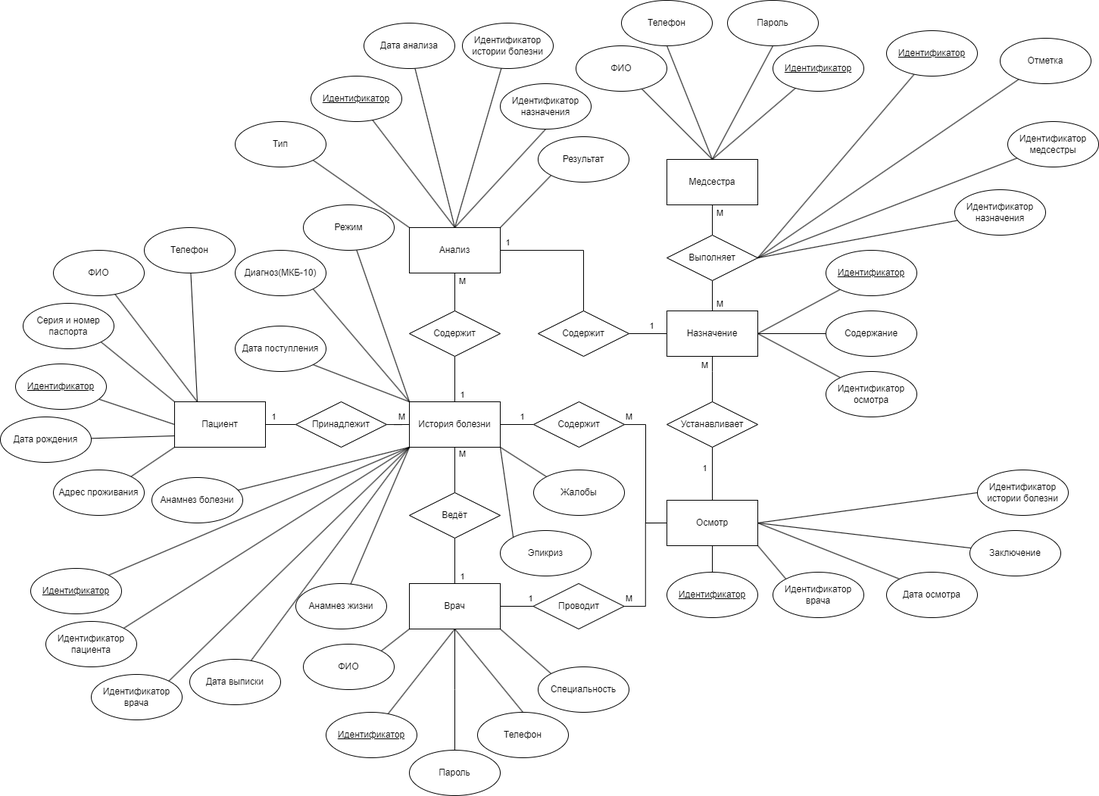
The draw.io diagram bd/kursovaya/ER.png in Mutabona/5Semestr, before a commit. Source tidied: cells renumbered, new cells last; positions are measured from the earlier drawing's top-left corner, leaving out a move shared by most shapes.
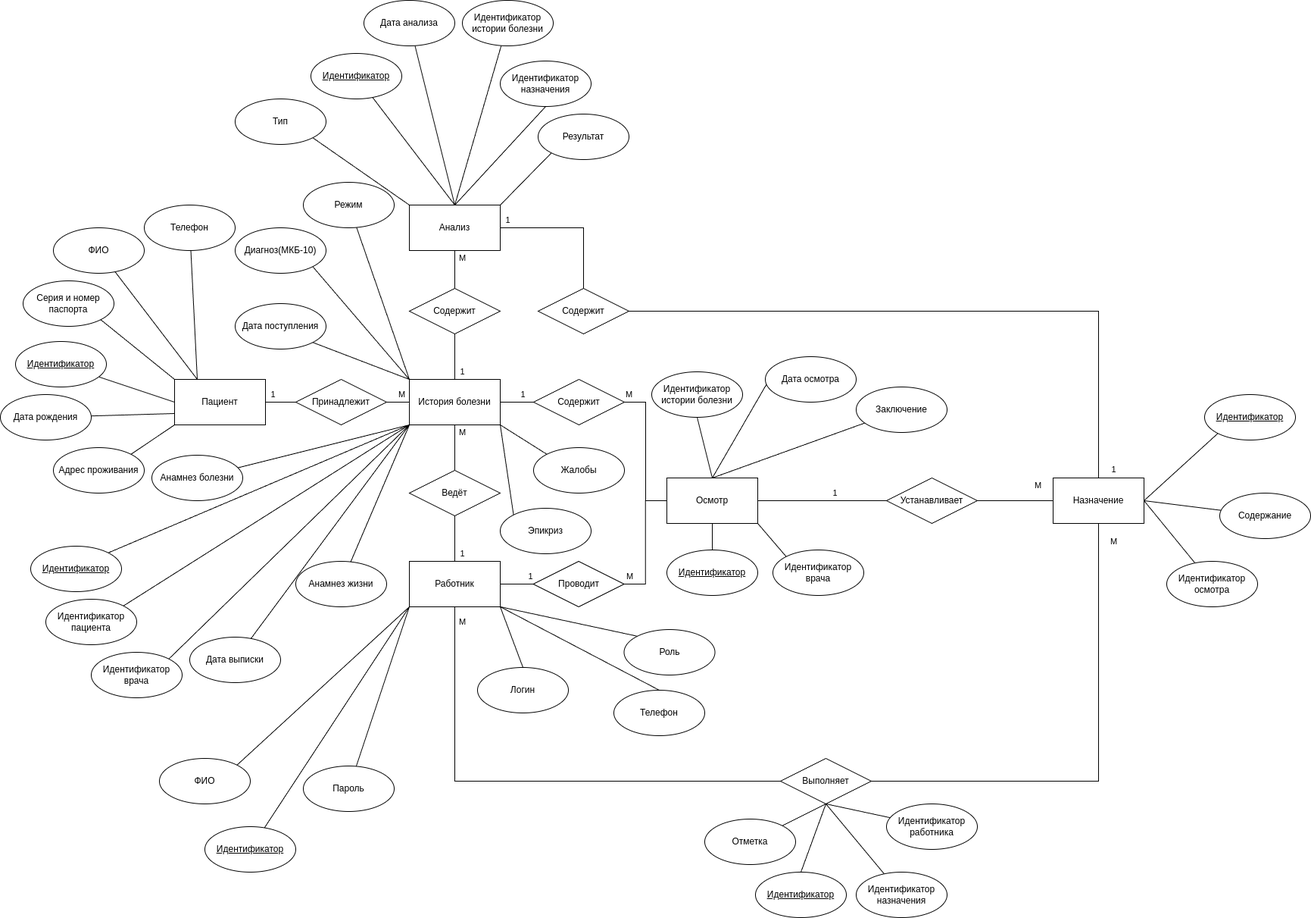
The same diagram one commit later.

Change to the diagram source:
```diff
@@ -16,3 +16,3 @@
     </mxCell>
-    <mxCell id="6" value="1" style="edgeStyle=orthogonalEdgeStyle;rounded=0;jettySize=auto;html=1;entryX=0.5;entryY=1;entryDx=0;entryDy=0;endArrow=none;endFill=0;" parent="1" edge="1" source="7" target="28">
+    <mxCell id="6" value="1" style="edgeStyle=orthogonalEdgeStyle;rounded=0;jettySize=auto;html=1;entryX=0;entryY=0.5;entryDx=0;entryDy=0;endArrow=none;endFill=0;" parent="1" edge="1" source="7" target="28">
       <mxGeometry x="0.2" y="10" relative="1" as="geometry" />
@@ -22,7 +22,4 @@
     </mxCell>
-    <mxCell id="8" value="1" style="edgeStyle=orthogonalEdgeStyle;rounded=0;jettySize=auto;html=1;entryX=1;entryY=0.5;entryDx=0;entryDy=0;endArrow=none;endFill=0;" parent="1" edge="1" source="9" target="32">
-      <mxGeometry x="-0.2" y="-10" relative="1" as="geometry" />
-    </mxCell>
     <mxCell id="9" value="Назначение" style="rounded=0;whiteSpace=wrap;html=1;" parent="1" vertex="1">
-      <mxGeometry x="880" y="410" width="120" height="60" as="geometry" />
+      <mxGeometry x="1390" y="660" width="120" height="60" as="geometry" />
     </mxCell>
@@ -34,8 +31,5 @@
     </mxCell>
-    <mxCell id="12" value="М" style="edgeStyle=orthogonalEdgeStyle;rounded=0;jettySize=auto;html=1;entryX=0.5;entryY=0;entryDx=0;entryDy=0;endArrow=none;endFill=0;" parent="1" edge="1" source="13" target="22">
-      <mxGeometry x="-0.5" y="10" relative="1" as="geometry" />
+    <mxCell id="12" value="М" style="edgeStyle=orthogonalEdgeStyle;rounded=0;jettySize=auto;html=1;entryX=0;entryY=0.5;entryDx=0;entryDy=0;endArrow=none;endFill=0;exitX=0.5;exitY=1;exitDx=0;exitDy=0;" parent="1" edge="1" source="16" target="22">
+      <mxGeometry x="-0.94" y="10" relative="1" as="geometry" />
     </mxCell>
-    <mxCell id="13" value="Медсестра" style="rounded=0;whiteSpace=wrap;html=1;" parent="1" vertex="1">
-      <mxGeometry x="880" y="210" width="120" height="60" as="geometry" />
-    </mxCell>
     <mxCell id="14" value="1" style="edgeStyle=orthogonalEdgeStyle;rounded=0;jettySize=auto;html=1;entryX=0.5;entryY=1;entryDx=0;entryDy=0;endArrow=none;endFill=0;" parent="1" edge="1" source="16" target="18">
@@ -46,3 +40,3 @@
     </mxCell>
-    <mxCell id="16" value="Врач" style="rounded=0;whiteSpace=wrap;html=1;" parent="1" vertex="1">
+    <mxCell id="16" value="Работник" style="rounded=0;whiteSpace=wrap;html=1;" parent="1" vertex="1">
       <mxGeometry x="540" y="770" width="120" height="60" as="geometry" />
@@ -61,7 +55,10 @@
     </mxCell>
-    <mxCell id="21" value="М" style="edgeStyle=orthogonalEdgeStyle;rounded=0;jettySize=auto;html=1;entryX=0.5;entryY=0;entryDx=0;entryDy=0;endArrow=none;endFill=0;" parent="1" edge="1" source="22" target="9">
-      <mxGeometry x="0.5" y="10" relative="1" as="geometry" />
-    </mxCell>
+    <mxCell id="121" style="rounded=0;jettySize=auto;html=1;exitX=0.5;exitY=1;exitDx=0;exitDy=0;entryX=0.5;entryY=0;entryDx=0;entryDy=0;endArrow=none;endFill=0;" parent="1" edge="1" source="22" target="86">
+      <mxGeometry relative="1" as="geometry" />
+    </mxCell>
+    <mxCell id="27" value="М" style="edgeStyle=orthogonalEdgeStyle;rounded=0;jettySize=auto;html=1;entryX=0.5;entryY=1;entryDx=0;entryDy=0;endArrow=none;endFill=0;" parent="1" edge="1" source="22" target="9">
+      <mxGeometry x="0.93" y="-20" relative="1" as="geometry" />
+    </mxCell>
     <mxCell id="22" value="Выполняет" style="rhombus;whiteSpace=wrap;html=1;" parent="1" vertex="1">
-      <mxGeometry x="880" y="310" width="120" height="60" as="geometry" />
+      <mxGeometry x="1030" y="1030" width="120" height="60" as="geometry" />
     </mxCell>
@@ -79,12 +76,7 @@
     </mxCell>
-    <mxCell id="27" value="М" style="edgeStyle=orthogonalEdgeStyle;rounded=0;jettySize=auto;html=1;entryX=0.5;entryY=1;entryDx=0;entryDy=0;endArrow=none;endFill=0;" parent="1" edge="1" source="28" target="9">
-      <mxGeometry x="0.6" y="10" relative="1" as="geometry">
-        <Array as="points">
-          <mxPoint x="940" y="490" />
-          <mxPoint x="940" y="490" />
-        </Array>
-      </mxGeometry>
-    </mxCell>
+    <mxCell id="21" value="М" style="rounded=0;jettySize=auto;html=1;entryX=0;entryY=0.5;entryDx=0;entryDy=0;endArrow=none;endFill=0;" parent="1" edge="1" source="28" target="9">
+      <mxGeometry x="0.6" y="20" relative="1" as="geometry" />
+    </mxCell>
     <mxCell id="28" value="Устанавливает" style="rhombus;whiteSpace=wrap;html=1;" parent="1" vertex="1">
-      <mxGeometry x="880" y="530" width="120" height="60" as="geometry" />
+      <mxGeometry x="1170" y="660" width="120" height="60" as="geometry" />
     </mxCell>
@@ -103,2 +95,7 @@
     </mxCell>
+    <mxCell id="8" value="1" style="edgeStyle=orthogonalEdgeStyle;rounded=0;jettySize=auto;html=1;exitX=1;exitY=0.5;exitDx=0;exitDy=0;entryX=0.5;entryY=0;entryDx=0;entryDy=0;endArrow=none;endFill=0;" parent="1" edge="1" source="32" target="9">
+      <mxGeometry x="0.98" y="20" relative="1" as="geometry">
+        <mxPoint y="-1" as="offset" />
+      </mxGeometry>
+    </mxCell>
     <mxCell id="32" value="Содержит" style="rhombus;whiteSpace=wrap;html=1;" parent="1" vertex="1">
@@ -112,3 +109,3 @@
     </mxCell>
-    <mxCell id="35" style="rounded=0;jettySize=auto;html=1;entryX=0.5;entryY=1;entryDx=0;entryDy=0;endArrow=none;endFill=0;" parent="1" edge="1" source="36" target="16">
+    <mxCell id="35" style="rounded=0;jettySize=auto;html=1;entryX=0;entryY=1;entryDx=0;entryDy=0;endArrow=none;endFill=0;" parent="1" edge="1" source="36" target="16">
       <mxGeometry relative="1" as="geometry" />
@@ -116,3 +113,3 @@
     <mxCell id="36" value="&lt;u&gt;Идентификатор&lt;/u&gt;" style="ellipse;whiteSpace=wrap;html=1;" parent="1" vertex="1">
-      <mxGeometry x="430" y="940" width="120" height="60" as="geometry" />
+      <mxGeometry x="270" y="1120" width="120" height="60" as="geometry" />
     </mxCell>
@@ -124,3 +121,3 @@
     </mxCell>
-    <mxCell id="39" style="rounded=0;jettySize=auto;html=1;entryX=1;entryY=0.5;entryDx=0;entryDy=0;endArrow=none;endFill=0;" parent="1" edge="1" source="40" target="9">
+    <mxCell id="39" style="rounded=0;jettySize=auto;html=1;entryX=1;entryY=0.5;entryDx=0;entryDy=0;endArrow=none;endFill=0;exitX=0;exitY=1;exitDx=0;exitDy=0;" parent="1" edge="1" source="40" target="9">
       <mxGeometry relative="1" as="geometry" />
@@ -128,10 +125,4 @@
     <mxCell id="40" value="&lt;u&gt;Идентификатор&lt;/u&gt;" style="ellipse;whiteSpace=wrap;html=1;" parent="1" vertex="1">
-      <mxGeometry x="1090" y="330" width="120" height="60" as="geometry" />
+      <mxGeometry x="1590" y="550" width="120" height="60" as="geometry" />
     </mxCell>
-    <mxCell id="41" style="rounded=0;jettySize=auto;html=1;entryX=0.5;entryY=0;entryDx=0;entryDy=0;endArrow=none;endFill=0;" parent="1" edge="1" source="42" target="13">
-      <mxGeometry relative="1" as="geometry" />
-    </mxCell>
-    <mxCell id="42" value="&lt;u&gt;Идентификатор&lt;/u&gt;" style="ellipse;whiteSpace=wrap;html=1;" parent="1" vertex="1">
-      <mxGeometry x="1020" y="60" width="120" height="60" as="geometry" />
-    </mxCell>
     <mxCell id="43" style="rounded=0;jettySize=auto;html=1;entryX=0.5;entryY=0;entryDx=0;entryDy=0;endArrow=none;endFill=0;" parent="1" edge="1" source="44" target="11">
@@ -212,3 +203,3 @@
     <mxCell id="66" value="ФИО" style="ellipse;whiteSpace=wrap;html=1;" parent="1" vertex="1">
-      <mxGeometry x="400" y="850" width="120" height="60" as="geometry" />
+      <mxGeometry x="210" y="1030" width="120" height="60" as="geometry" />
     </mxCell>
@@ -217,6 +208,6 @@
     </mxCell>
-    <mxCell id="68" value="Специальность" style="ellipse;whiteSpace=wrap;html=1;" parent="1" vertex="1">
-      <mxGeometry x="710" y="880" width="120" height="60" as="geometry" />
+    <mxCell id="68" value="Роль" style="ellipse;whiteSpace=wrap;html=1;" parent="1" vertex="1">
+      <mxGeometry x="823.5" y="860" width="120" height="60" as="geometry" />
     </mxCell>
-    <mxCell id="69" style="rounded=0;jettySize=auto;html=1;exitX=0.5;exitY=0;exitDx=0;exitDy=0;entryX=0.5;entryY=1;entryDx=0;entryDy=0;endArrow=none;endFill=0;" parent="1" edge="1" source="70" target="16">
+    <mxCell id="69" style="rounded=0;jettySize=auto;html=1;exitX=0.5;exitY=0;exitDx=0;exitDy=0;entryX=1;entryY=1;entryDx=0;entryDy=0;endArrow=none;endFill=0;" parent="1" edge="1" source="70" target="16">
       <mxGeometry relative="1" as="geometry" />
@@ -224,3 +215,3 @@
     <mxCell id="70" value="Телефон" style="ellipse;whiteSpace=wrap;html=1;" parent="1" vertex="1">
-      <mxGeometry x="630" y="940" width="120" height="60" as="geometry" />
+      <mxGeometry x="810" y="940" width="120" height="60" as="geometry" />
     </mxCell>
@@ -236,3 +227,3 @@
     <mxCell id="74" value="Содержание" style="ellipse;whiteSpace=wrap;html=1;" parent="1" vertex="1">
-      <mxGeometry x="1090" y="410" width="120" height="60" as="geometry" />
+      <mxGeometry x="1610" y="680" width="120" height="60" as="geometry" />
     </mxCell>
@@ -242,3 +233,3 @@
     <mxCell id="76" value="Идентификатор осмотра" style="ellipse;whiteSpace=wrap;html=1;" parent="1" vertex="1">
-      <mxGeometry x="1090" y="490" width="120" height="60" as="geometry" />
+      <mxGeometry x="1540" y="770" width="120" height="60" as="geometry" />
     </mxCell>
@@ -262,15 +253,6 @@
     </mxCell>
-    <mxCell id="83" style="rounded=0;jettySize=auto;html=1;entryX=0.5;entryY=0;entryDx=0;entryDy=0;endArrow=none;endFill=0;" parent="1" edge="1" source="84" target="13">
-      <mxGeometry relative="1" as="geometry" />
-    </mxCell>
-    <mxCell id="84" value="ФИО" style="ellipse;whiteSpace=wrap;html=1;" parent="1" vertex="1">
-      <mxGeometry x="760" y="60" width="120" height="60" as="geometry" />
-    </mxCell>
-    <mxCell id="85" style="rounded=0;jettySize=auto;html=1;entryX=1;entryY=0.5;entryDx=0;entryDy=0;endArrow=none;endFill=0;" parent="1" edge="1" source="86" target="22">
-      <mxGeometry relative="1" as="geometry" />
-    </mxCell>
     <mxCell id="86" value="&lt;u&gt;Идентификатор&lt;/u&gt;" style="ellipse;whiteSpace=wrap;html=1;" parent="1" vertex="1">
-      <mxGeometry x="1170" y="40" width="120" height="60" as="geometry" />
+      <mxGeometry x="997" y="1180" width="120" height="60" as="geometry" />
     </mxCell>
-    <mxCell id="87" style="rounded=0;jettySize=auto;html=1;entryX=1;entryY=0.5;entryDx=0;entryDy=0;endArrow=none;endFill=0;" parent="1" edge="1" source="88" target="22">
+    <mxCell id="87" style="rounded=0;jettySize=auto;html=1;entryX=0.5;entryY=1;entryDx=0;entryDy=0;endArrow=none;endFill=0;" parent="1" edge="1" source="88" target="22">
       <mxGeometry relative="1" as="geometry" />
@@ -278,5 +260,5 @@
     <mxCell id="88" value="Отметка" style="ellipse;whiteSpace=wrap;html=1;" parent="1" vertex="1">
-      <mxGeometry x="1320" y="50" width="120" height="60" as="geometry" />
+      <mxGeometry x="930" y="1110" width="120" height="60" as="geometry" />
     </mxCell>
-    <mxCell id="89" style="rounded=0;jettySize=auto;html=1;endArrow=none;endFill=0;entryX=1;entryY=0.5;entryDx=0;entryDy=0;" parent="1" edge="1" source="90" target="22">
+    <mxCell id="89" style="rounded=0;jettySize=auto;html=1;endArrow=none;endFill=0;entryX=0.5;entryY=1;entryDx=0;entryDy=0;" parent="1" edge="1" source="90" target="22">
       <mxGeometry relative="1" as="geometry" />
@@ -284,3 +266,3 @@
     <mxCell id="90" value="Идентификатор&lt;br&gt;назначения" style="ellipse;whiteSpace=wrap;html=1;" parent="1" vertex="1">
-      <mxGeometry x="1260" y="250" width="120" height="60" as="geometry" />
+      <mxGeometry x="1130" y="1180" width="120" height="60" as="geometry" />
     </mxCell>
@@ -292,3 +274,3 @@
     </mxCell>
-    <mxCell id="93" style="rounded=0;jettySize=auto;html=1;exitX=0;exitY=0;exitDx=0;exitDy=0;entryX=1;entryY=0.5;entryDx=0;entryDy=0;endArrow=none;endFill=0;" parent="1" edge="1" source="94" target="7">
+    <mxCell id="93" style="rounded=0;jettySize=auto;html=1;exitX=0;exitY=0;exitDx=0;exitDy=0;entryX=0.5;entryY=0;entryDx=0;entryDy=0;endArrow=none;endFill=0;" parent="1" edge="1" source="94" target="7">
       <mxGeometry relative="1" as="geometry" />
@@ -296,3 +278,3 @@
     <mxCell id="94" value="Дата осмотра" style="ellipse;whiteSpace=wrap;html=1;" parent="1" vertex="1">
-      <mxGeometry x="1170" y="755" width="120" height="60" as="geometry" />
+      <mxGeometry x="1010" y="500" width="120" height="60" as="geometry" />
     </mxCell>
@@ -304,11 +286,3 @@
     </mxCell>
-    <mxCell id="97" style="rounded=0;jettySize=auto;html=1;exitX=0.5;exitY=1;exitDx=0;exitDy=0;endArrow=none;endFill=0;" parent="1" edge="1" source="98">
-      <mxGeometry relative="1" as="geometry">
-        <mxPoint x="940" y="210" as="targetPoint" />
-      </mxGeometry>
-    </mxCell>
-    <mxCell id="98" value="Телефон" style="ellipse;whiteSpace=wrap;html=1;" parent="1" vertex="1">
-      <mxGeometry x="820" width="120" height="60" as="geometry" />
-    </mxCell>
-    <mxCell id="99" style="rounded=0;jettySize=auto;html=1;entryX=1;entryY=0.5;entryDx=0;entryDy=0;endArrow=none;endFill=0;" parent="1" edge="1" source="100" target="7">
+    <mxCell id="99" style="rounded=0;jettySize=auto;html=1;entryX=0.5;entryY=0;entryDx=0;entryDy=0;endArrow=none;endFill=0;" parent="1" edge="1" source="100" target="7">
       <mxGeometry relative="1" as="geometry" />
@@ -316,3 +290,3 @@
     <mxCell id="100" value="Заключение" style="ellipse;whiteSpace=wrap;html=1;" parent="1" vertex="1">
-      <mxGeometry x="1280" y="700" width="120" height="60" as="geometry" />
+      <mxGeometry x="1130" y="540" width="120" height="60" as="geometry" />
     </mxCell>
@@ -330,3 +304,3 @@
     </mxCell>
-    <mxCell id="105" style="rounded=0;jettySize=auto;html=1;exitX=0;exitY=0.5;exitDx=0;exitDy=0;entryX=1;entryY=0.5;entryDx=0;entryDy=0;endArrow=none;endFill=0;" parent="1" edge="1" source="106" target="7">
+    <mxCell id="105" style="rounded=0;jettySize=auto;html=1;exitX=0.5;exitY=1;exitDx=0;exitDy=0;entryX=0.5;entryY=0;entryDx=0;entryDy=0;endArrow=none;endFill=0;" parent="1" edge="1" source="106" target="7">
       <mxGeometry relative="1" as="geometry" />
@@ -334,9 +308,9 @@
     <mxCell id="106" value="Идентификатор истории болезни" style="ellipse;whiteSpace=wrap;html=1;" parent="1" vertex="1">
-      <mxGeometry x="1290" y="620" width="120" height="60" as="geometry" />
+      <mxGeometry x="860" y="520" width="120" height="60" as="geometry" />
     </mxCell>
-    <mxCell id="107" style="rounded=0;jettySize=auto;html=1;entryX=1;entryY=0.5;entryDx=0;entryDy=0;endArrow=none;endFill=0;" parent="1" edge="1" source="108" target="22">
+    <mxCell id="107" style="rounded=0;jettySize=auto;html=1;entryX=0.5;entryY=1;entryDx=0;entryDy=0;endArrow=none;endFill=0;" parent="1" edge="1" source="108" target="22">
       <mxGeometry relative="1" as="geometry" />
     </mxCell>
-    <mxCell id="108" value="Идентификатор медсестры" style="ellipse;whiteSpace=wrap;html=1;" parent="1" vertex="1">
-      <mxGeometry x="1330" y="160" width="120" height="60" as="geometry" />
+    <mxCell id="108" value="Идентификатор работника" style="ellipse;whiteSpace=wrap;html=1;" parent="1" vertex="1">
+      <mxGeometry x="1170" y="1090" width="120" height="60" as="geometry" />
     </mxCell>
@@ -364,18 +338,8 @@
     </mxCell>
-    <mxCell id="115" style="edgeStyle=orthogonalEdgeStyle;rounded=0;jettySize=auto;html=1;endArrow=none;endFill=0;" parent="1" edge="1" source="116">
-      <mxGeometry relative="1" as="geometry">
-        <mxPoint x="600" y="830" as="targetPoint" />
-      </mxGeometry>
+    <mxCell id="115" style="rounded=0;jettySize=auto;html=1;endArrow=none;endFill=0;entryX=0;entryY=1;entryDx=0;entryDy=0;" parent="1" edge="1" source="116" target="16">
+      <mxGeometry relative="1" as="geometry" />
     </mxCell>
     <mxCell id="116" value="Пароль" style="ellipse;whiteSpace=wrap;html=1;" parent="1" vertex="1">
-      <mxGeometry x="540" y="990" width="120" height="60" as="geometry" />
+      <mxGeometry x="400" y="1040" width="120" height="60" as="geometry" />
     </mxCell>
-    <mxCell id="117" style="rounded=0;jettySize=auto;html=1;exitX=0.5;exitY=1;exitDx=0;exitDy=0;endArrow=none;endFill=0;" parent="1" edge="1" source="118">
-      <mxGeometry relative="1" as="geometry">
-        <mxPoint x="940" y="210" as="targetPoint" />
-      </mxGeometry>
-    </mxCell>
-    <mxCell id="118" value="Пароль" style="ellipse;whiteSpace=wrap;html=1;" parent="1" vertex="1">
-      <mxGeometry x="960" width="120" height="60" as="geometry" />
-    </mxCell>
     <mxCell id="119" style="rounded=0;jettySize=auto;html=1;entryX=0;entryY=0.75;entryDx=0;entryDy=0;endArrow=none;endFill=0;" parent="1" edge="1" source="120" target="3">
@@ -386,2 +350,8 @@
     </mxCell>
+    <mxCell id="122" style="rounded=0;jettySize=auto;html=1;exitX=0.5;exitY=0;exitDx=0;exitDy=0;entryX=1;entryY=1;entryDx=0;entryDy=0;endArrow=none;endFill=0;" parent="1" edge="1" source="123" target="16">
+      <mxGeometry relative="1" as="geometry" />
+    </mxCell>
+    <mxCell id="123" value="Логин" style="ellipse;whiteSpace=wrap;html=1;" parent="1" vertex="1">
+      <mxGeometry x="630" y="910" width="120" height="60" as="geometry" />
+    </mxCell>
   </root>
```
